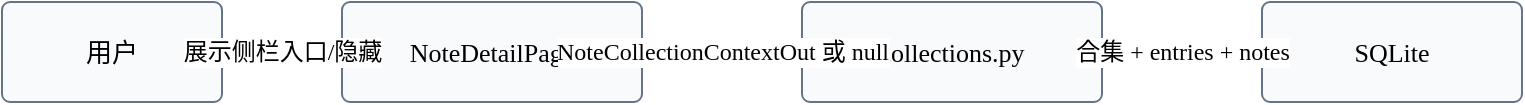
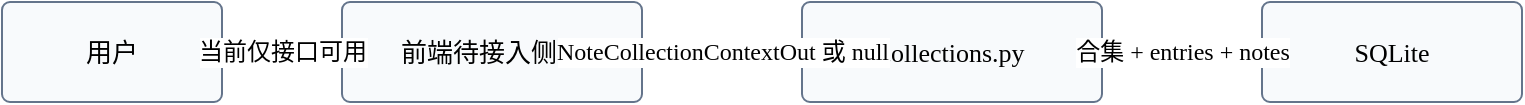
<mxfile host="app.diagrams.net" modified="2026-07-06T00:00:00.000Z" agent="Codex" version="24.7.17">
-   <diagram id="ch6-fig10-seq-collection-sidebar.drawio" name="合集侧栏加载顺序图">
+   <diagram id="ch6-fig10-seq-collection-sidebar.drawio" name="合集上下文查询顺序图">
    <mxGraphModel dx="1200" dy="820" grid="1" gridSize="10" guides="1" tooltips="1" connect="1" arrows="1" fold="1" page="1" pageScale="1" pageWidth="1200" pageHeight="820" math="0" shadow="0">
      <root>
        <mxCell id="0"/>
        <mxCell id="1" parent="0"/>
-         <mxCell id="u" value="用户" style="rounded=1;whiteSpace=wrap;html=1;arcSize=8;fontFamily=Microsoft YaHei;fontSize=13;fillColor=#f8fafc;strokeColor=#64748b;" vertex="1" parent="1"><mxGeometry x="60" y="70" width="110" height="50" as="geometry"/></mxCell><mxCell id="detail" value="NoteDetailPage" style="rounded=1;whiteSpace=wrap;html=1;arcSize=8;fontFamily=Microsoft YaHei;fontSize=13;fillColor=#f8fafc;strokeColor=#64748b;" vertex="1" parent="1"><mxGeometry x="230" y="70" width="150" height="50" as="geometry"/></mxCell><mxCell id="api" value="collections.py" style="rounded=1;whiteSpace=wrap;html=1;arcSize=8;fontFamily=Microsoft YaHei;fontSize=13;fillColor=#f8fafc;strokeColor=#64748b;" vertex="1" parent="1"><mxGeometry x="460" y="70" width="150" height="50" as="geometry"/></mxCell><mxCell id="db" value="SQLite" style="rounded=1;whiteSpace=wrap;html=1;arcSize=8;fontFamily=Microsoft YaHei;fontSize=13;fillColor=#f8fafc;strokeColor=#64748b;" vertex="1" parent="1"><mxGeometry x="690" y="70" width="130" height="50" as="geometry"/></mxCell><mxCell id="q1" value="打开笔记" style="endArrow=block;html=1;rounded=0;strokeColor=#59636e;fontSize=12;fontFamily=Microsoft YaHei;" edge="1" parent="1" source="u" target="detail"><mxGeometry relative="1" as="geometry"/></mxCell><mxCell id="q2" value="GET /notes/{id}/collection" style="endArrow=block;html=1;rounded=0;strokeColor=#59636e;fontSize=12;fontFamily=Microsoft YaHei;" edge="1" parent="1" source="detail" target="api"><mxGeometry relative="1" as="geometry"/></mxCell><mxCell id="q3" value="查 CollectionEntry" style="endArrow=block;html=1;rounded=0;strokeColor=#59636e;fontSize=12;fontFamily=Microsoft YaHei;" edge="1" parent="1" source="api" target="db"><mxGeometry relative="1" as="geometry"/></mxCell><mxCell id="q4" value="合集 + entries + notes" style="endArrow=block;html=1;rounded=0;strokeColor=#59636e;fontSize=12;fontFamily=Microsoft YaHei;" edge="1" parent="1" source="db" target="api"><mxGeometry relative="1" as="geometry"/></mxCell><mxCell id="q5" value="NoteCollectionContextOut 或 null" style="endArrow=block;html=1;rounded=0;strokeColor=#59636e;fontSize=12;fontFamily=Microsoft YaHei;" edge="1" parent="1" source="api" target="detail"><mxGeometry relative="1" as="geometry"/></mxCell><mxCell id="q6" value="展示侧栏入口/隐藏" style="endArrow=block;html=1;rounded=0;strokeColor=#59636e;fontSize=12;fontFamily=Microsoft YaHei;" edge="1" parent="1" source="detail" target="u"><mxGeometry relative="1" as="geometry"/></mxCell>
+         <mxCell id="u" value="用户" style="rounded=1;whiteSpace=wrap;html=1;arcSize=8;fontFamily=Microsoft YaHei;fontSize=13;fillColor=#f8fafc;strokeColor=#64748b;" vertex="1" parent="1"><mxGeometry x="60" y="70" width="110" height="50" as="geometry"/></mxCell><mxCell id="detail" value="前端待接入侧栏" style="rounded=1;whiteSpace=wrap;html=1;arcSize=8;fontFamily=Microsoft YaHei;fontSize=13;fillColor=#f8fafc;strokeColor=#64748b;" vertex="1" parent="1"><mxGeometry x="230" y="70" width="150" height="50" as="geometry"/></mxCell><mxCell id="api" value="collections.py" style="rounded=1;whiteSpace=wrap;html=1;arcSize=8;fontFamily=Microsoft YaHei;fontSize=13;fillColor=#f8fafc;strokeColor=#64748b;" vertex="1" parent="1"><mxGeometry x="460" y="70" width="150" height="50" as="geometry"/></mxCell><mxCell id="db" value="SQLite" style="rounded=1;whiteSpace=wrap;html=1;arcSize=8;fontFamily=Microsoft YaHei;fontSize=13;fillColor=#f8fafc;strokeColor=#64748b;" vertex="1" parent="1"><mxGeometry x="690" y="70" width="130" height="50" as="geometry"/></mxCell><mxCell id="q1" value="后续打开入口" style="endArrow=block;html=1;rounded=0;strokeColor=#59636e;fontSize=12;fontFamily=Microsoft YaHei;" edge="1" parent="1" source="u" target="detail"><mxGeometry relative="1" as="geometry"/></mxCell><mxCell id="q2" value="GET /notes/{id}/collection" style="endArrow=block;html=1;rounded=0;strokeColor=#59636e;fontSize=12;fontFamily=Microsoft YaHei;" edge="1" parent="1" source="detail" target="api"><mxGeometry relative="1" as="geometry"/></mxCell><mxCell id="q3" value="查 CollectionEntry" style="endArrow=block;html=1;rounded=0;strokeColor=#59636e;fontSize=12;fontFamily=Microsoft YaHei;" edge="1" parent="1" source="api" target="db"><mxGeometry relative="1" as="geometry"/></mxCell><mxCell id="q4" value="合集 + entries + notes" style="endArrow=block;html=1;rounded=0;strokeColor=#59636e;fontSize=12;fontFamily=Microsoft YaHei;" edge="1" parent="1" source="db" target="api"><mxGeometry relative="1" as="geometry"/></mxCell><mxCell id="q5" value="NoteCollectionContextOut 或 null" style="endArrow=block;html=1;rounded=0;strokeColor=#59636e;fontSize=12;fontFamily=Microsoft YaHei;" edge="1" parent="1" source="api" target="detail"><mxGeometry relative="1" as="geometry"/></mxCell><mxCell id="q6" value="当前仅接口可用" style="endArrow=block;html=1;rounded=0;strokeColor=#59636e;fontSize=12;fontFamily=Microsoft YaHei;" edge="1" parent="1" source="detail" target="u"><mxGeometry relative="1" as="geometry"/></mxCell>
      </root>
    </mxGraphModel>
  </diagram>
</mxfile>
